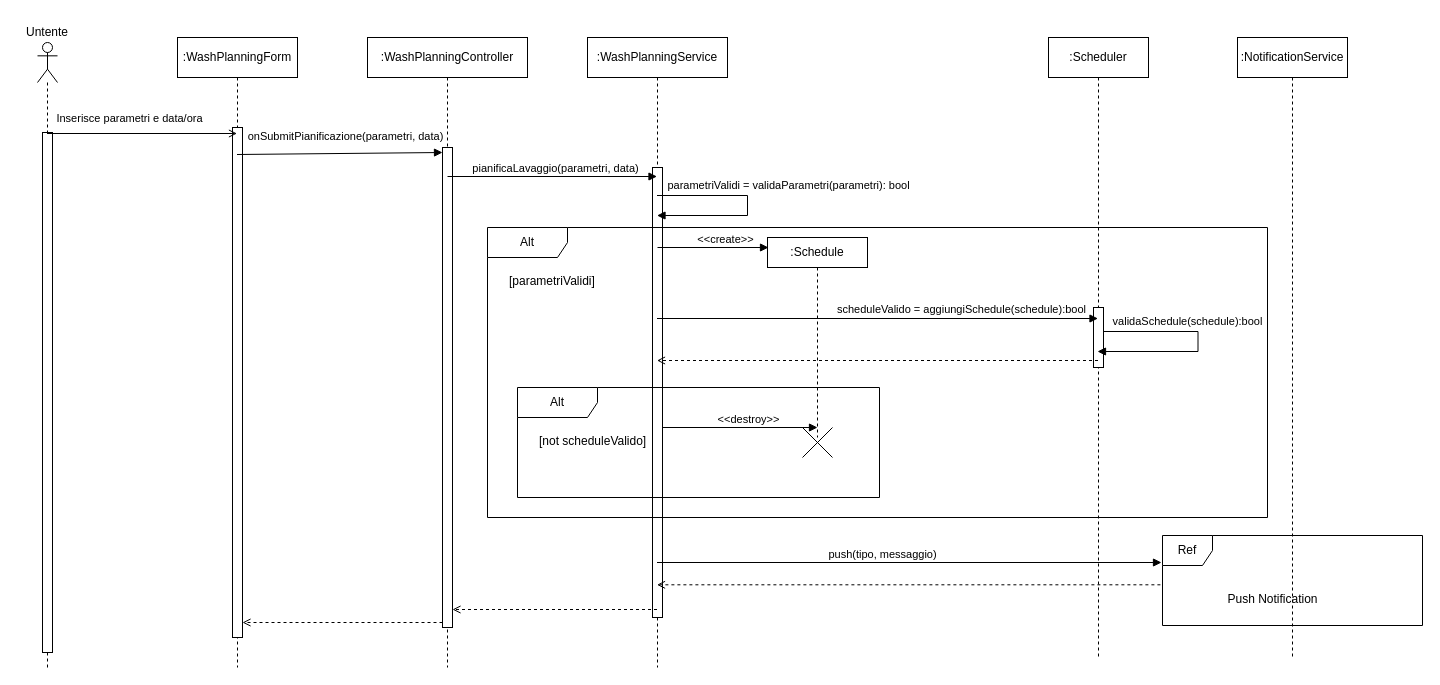
Earlier version of the draw.io diagram content/seq/seqPianifica.drawio (uni-aca100/ing-proj). Source tidied: cells renumbered, new cells numbered last; positions are measured from the earlier drawing's top-left corner, leaving out a move shared by most shapes. Both pictures are drawn from the tidied source at 100%, with x=0, y=0 at pixel (17, 17).
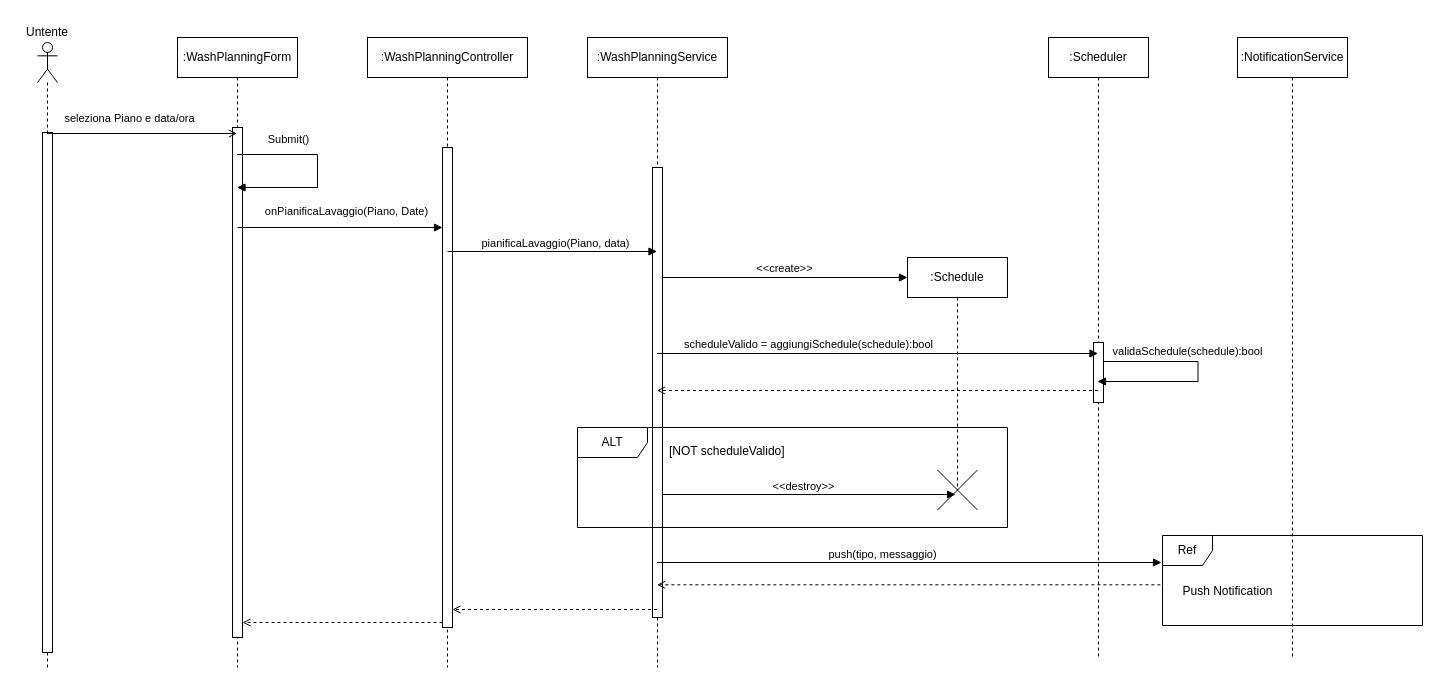
The same page after the edit.

Unchanged cells that the change refers to:
```xml
<mxCell id="4" value=":WashPlanningForm" style="shape=umlLifeline;perimeter=lifelinePerimeter;whiteSpace=wrap;html=1;outlineConnect=0;portConstraint=eastwest;newEdgeStyle={&quot;curved&quot;:0,&quot;rounded&quot;:0};" parent="1" vertex="1">
  <mxGeometry x="160" y="20" width="120" height="630" as="geometry" />
</mxCell>
<mxCell id="7" style="html=1;points=[[0,0,0,0,5],[0,1,0,0,-5],[1,0,0,0,5],[1,1,0,0,-5]];perimeter=orthogonalPerimeter;outlineConnect=0;targetShapes=umlLifeline;portConstraint=eastwest;newEdgeStyle={&quot;curved&quot;:0,&quot;rounded&quot;:0};" parent="6" vertex="1">
  <mxGeometry x="75" y="110" width="10" height="480" as="geometry" />
</mxCell>
<mxCell id="8" value=":WashPlanningService" style="shape=umlLifeline;perimeter=lifelinePerimeter;whiteSpace=wrap;html=1;outlineConnect=0;portConstraint=eastwest;newEdgeStyle={&quot;curved&quot;:0,&quot;rounded&quot;:0};" parent="1" vertex="1">
  <mxGeometry x="570" y="20" width="140" height="630" as="geometry" />
</mxCell>
<mxCell id="9" style="html=1;points=[[0,0,0,0,5],[0,1,0,0,-5],[1,0,0,0,5],[1,1,0,0,-5]];perimeter=orthogonalPerimeter;outlineConnect=0;targetShapes=umlLifeline;portConstraint=eastwest;newEdgeStyle={&quot;curved&quot;:0,&quot;rounded&quot;:0};" parent="8" vertex="1">
  <mxGeometry x="65" y="130" width="10" height="450" as="geometry" />
</mxCell>
<mxCell id="10" value=":Scheduler" style="shape=umlLifeline;perimeter=lifelinePerimeter;whiteSpace=wrap;html=1;outlineConnect=0;portConstraint=eastwest;newEdgeStyle={&quot;curved&quot;:0,&quot;rounded&quot;:0};" parent="1" vertex="1">
  <mxGeometry x="1031" y="20" width="100" height="620" as="geometry" />
</mxCell>
<mxCell id="14" style="html=1;verticalAlign=bottom;labelBackgroundColor=none;endArrow=open;endFill=0;rounded=0;" parent="1" edge="1" target="4">
  <mxGeometry relative="1" as="geometry">
    <mxPoint x="29.5" y="116" as="sourcePoint" />
  </mxGeometry>
</mxCell>
<mxCell id="38" value="Ref" style="shape=umlFrame;whiteSpace=wrap;html=1;width=50;" parent="1" vertex="1">
  <mxGeometry x="1145" y="518" width="260" height="90" as="geometry" />
</mxCell>
```

Change to the diagram source:
```diff
@@
     <mxCell id="11" style="html=1;points=[[0,0,0,0,5],[0,1,0,0,-5],[1,0,0,0,5],[1,1,0,0,-5]];perimeter=orthogonalPerimeter;outlineConnect=0;targetShapes=umlLifeline;portConstraint=eastwest;newEdgeStyle={&quot;curved&quot;:0,&quot;rounded&quot;:0};" parent="10" vertex="1">
-      <mxGeometry x="45" y="270" width="10" height="60" as="geometry" />
+      <mxGeometry x="45" y="305" width="10" height="60" as="geometry" />
     </mxCell>
     <mxCell id="12" style="html=1;verticalAlign=bottom;labelBackgroundColor=none;endArrow=block;endFill=1;rounded=0;" parent="10" edge="1" source="11">
       <mxGeometry relative="1" as="geometry">
-        <mxPoint x="49" y="314" as="targetPoint" />
+        <mxPoint x="49" y="344" as="targetPoint" />
         <Array as="points">
-          <mxPoint x="149.5" y="294" />
-          <mxPoint x="149.5" y="314" />
+          <mxPoint x="149.5" y="324" />
+          <mxPoint x="149.5" y="344" />
         </Array>
       </mxGeometry>
     </mxCell>
@@
-    <mxCell id="15" value="Inserisce parametri e data/ora" style="edgeLabel;html=1;align=center;verticalAlign=middle;" parent="14" vertex="1">
+    <mxCell id="15" value="seleziona Piano e data/ora" style="edgeLabel;html=1;align=center;verticalAlign=middle;" parent="14" vertex="1">
       <mxGeometry x="-0.14" y="-4" relative="1" as="geometry">
         <mxPoint y="-20" as="offset" />
       </mxGeometry>
     </mxCell>
-    <mxCell id="16" style="html=1;verticalAlign=bottom;labelBackgroundColor=none;endArrow=block;endFill=1;rounded=0;entryX=0;entryY=0;entryDx=0;entryDy=5;entryPerimeter=0;" parent="1" edge="1" target="7">
+    <mxCell id="16" style="html=1;verticalAlign=bottom;labelBackgroundColor=none;endArrow=block;endFill=1;rounded=0;" parent="1" edge="1" target="4">
       <mxGeometry relative="1" as="geometry">
         <mxPoint x="219.5" y="137" as="sourcePoint" />
+        <Array as="points">
+          <mxPoint x="300" y="137" />
+          <mxPoint x="300" y="170" />
+        </Array>
       </mxGeometry>
     </mxCell>
-    <mxCell id="17" value="onSubmitPianificazione(parametri, data)" style="edgeLabel;html=1;align=center;verticalAlign=middle;" parent="16" vertex="1">
+    <mxCell id="17" value="Submit()" style="edgeLabel;html=1;align=center;verticalAlign=middle;" parent="16" vertex="1">
       <mxGeometry x="0.04" relative="1" as="geometry">
-        <mxPoint x="1" y="-17" as="offset" />
+        <mxPoint x="-30" y="-36" as="offset" />
       </mxGeometry>
     </mxCell>
-    <mxCell id="18" style="html=1;verticalAlign=bottom;labelBackgroundColor=none;endArrow=block;endFill=1;rounded=0;" parent="1" edge="1" target="8">
+    <mxCell id="18" style="html=1;verticalAlign=bottom;labelBackgroundColor=none;endArrow=block;endFill=1;rounded=0;" parent="1" edge="1">
       <mxGeometry relative="1" as="geometry">
-        <mxPoint x="430" y="159" as="sourcePoint" />
+        <mxPoint x="430" y="234" as="sourcePoint" />
+        <mxPoint x="639.5" y="234" as="targetPoint" />
       </mxGeometry>
     </mxCell>
-    <mxCell id="19" value="pianificaLavaggio(parametri, data)" style="edgeLabel;html=1;align=center;verticalAlign=middle;" parent="18" vertex="1">
+    <mxCell id="19" value="pianificaLavaggio(Piano, data)" style="edgeLabel;html=1;align=center;verticalAlign=middle;" parent="18" vertex="1">
       <mxGeometry x="-0.2" y="-1" relative="1" as="geometry">
         <mxPoint x="23" y="-10" as="offset" />
       </mxGeometry>
     </mxCell>
-    <mxCell id="20" style="html=1;verticalAlign=bottom;labelBackgroundColor=none;endArrow=open;endFill=0;dashed=1;rounded=0;" parent="1" edge="1" source="10">
+    <mxCell id="20" style="html=1;verticalAlign=bottom;labelBackgroundColor=none;endArrow=open;endFill=0;dashed=1;rounded=0;" parent="1" edge="1">
       <mxGeometry relative="1" as="geometry">
-        <mxPoint x="639.5" y="343" as="targetPoint" />
+        <mxPoint x="1080.5" y="373" as="sourcePoint" />
+        <mxPoint x="639.5" y="373" as="targetPoint" />
       </mxGeometry>
     </mxCell>
-    <mxCell id="21" style="html=1;verticalAlign=bottom;labelBackgroundColor=none;endArrow=block;endFill=1;rounded=0;" parent="1" edge="1" target="10">
+    <mxCell id="21" style="html=1;verticalAlign=bottom;labelBackgroundColor=none;endArrow=block;endFill=1;rounded=0;" parent="1" edge="1">
       <mxGeometry relative="1" as="geometry">
-        <mxPoint x="639.5" y="301" as="sourcePoint" />
+        <mxPoint x="639.5" y="336" as="sourcePoint" />
+        <mxPoint x="1080.5" y="336" as="targetPoint" />
       </mxGeometry>
     </mxCell>
     <mxCell id="22" value="scheduleValido = aggiungiSchedule(schedule):bool" style="edgeLabel;html=1;align=center;verticalAlign=middle;" parent="21" vertex="1">
       <mxGeometry x="-0.21" relative="1" as="geometry">
-        <mxPoint x="130" y="-10" as="offset" />
+        <mxPoint x="-23" y="-10" as="offset" />
       </mxGeometry>
     </mxCell>
@@
-    <mxCell id="25" style="html=1;verticalAlign=bottom;labelBackgroundColor=none;endArrow=block;endFill=1;rounded=0;" parent="1" edge="1">
-      <mxGeometry relative="1" as="geometry">
-        <mxPoint x="639.5" y="178" as="sourcePoint" />
-        <mxPoint x="639.5" y="198" as="targetPoint" />
-        <Array as="points">
-          <mxPoint x="730" y="178" />
-          <mxPoint x="730" y="198" />
-        </Array>
-      </mxGeometry>
-    </mxCell>
-    <mxCell id="26" value="parametriValidi = validaParametri(parametri): bool" style="edgeLabel;html=1;align=center;verticalAlign=middle;" parent="25" vertex="1">
-      <mxGeometry x="-0.47" y="1" relative="1" as="geometry">
-        <mxPoint x="78" y="-10" as="offset" />
-      </mxGeometry>
-    </mxCell>
-    <mxCell id="27" style="html=1;verticalAlign=bottom;labelBackgroundColor=none;endArrow=block;endFill=1;rounded=0;" parent="1" edge="1">
-      <mxGeometry relative="1" as="geometry">
-        <mxPoint x="640" y="230" as="sourcePoint" />
-        <mxPoint x="751" y="230" as="targetPoint" />
-      </mxGeometry>
+    <mxCell id="27" style="html=1;verticalAlign=bottom;labelBackgroundColor=none;endArrow=block;endFill=1;rounded=0;entryX=0;entryY=0.086;entryDx=0;entryDy=0;entryPerimeter=0;" parent="1" edge="1" source="9" target="32">
+      <mxGeometry relative="1" as="geometry" />
     </mxCell>
@@
-    <mxCell id="30" value="Alt" style="shape=umlFrame;whiteSpace=wrap;html=1;width=80;height=30;" parent="1" vertex="1">
-      <mxGeometry x="470" y="210" width="780" height="290" as="geometry" />
-    </mxCell>
-    <mxCell id="31" value="[parametriValidi]" style="text;html=1;" parent="30" vertex="1">
-      <mxGeometry width="100" height="20" relative="1" as="geometry">
-        <mxPoint x="20" y="40" as="offset" />
-      </mxGeometry>
-    </mxCell>
-    <mxCell id="32" value=":Schedule" style="shape=umlLifeline;perimeter=lifelinePerimeter;whiteSpace=wrap;html=1;outlineConnect=0;portConstraint=eastwest;newEdgeStyle={&quot;curved&quot;:0,&quot;rounded&quot;:0};size=30;" parent="30" vertex="1">
-      <mxGeometry x="280" y="10" width="100" height="200" as="geometry" />
-    </mxCell>
-    <mxCell id="33" value="Alt" style="shape=umlFrame;whiteSpace=wrap;html=1;width=80;height=30;" parent="30" vertex="1">
-      <mxGeometry x="30" y="160" width="362" height="110" as="geometry" />
-    </mxCell>
-    <mxCell id="34" value="[not&amp;nbsp;scheduleValido]" style="text;html=1;" parent="33" vertex="1">
-      <mxGeometry width="100" height="20" relative="1" as="geometry">
-        <mxPoint x="20" y="40" as="offset" />
-      </mxGeometry>
-    </mxCell>
-    <mxCell id="35" style="shape=umlDestroy;html=1;" parent="33" vertex="1">
-      <mxGeometry x="285" y="40" width="30" height="30" as="geometry" />
-    </mxCell>
-    <mxCell id="36" style="html=1;verticalAlign=bottom;labelBackgroundColor=none;endArrow=block;endFill=1;rounded=0;" parent="1" edge="1">
-      <mxGeometry relative="1" as="geometry">
-        <mxPoint x="645" y="410" as="sourcePoint" />
-        <mxPoint x="800" y="410" as="targetPoint" />
-      </mxGeometry>
+    <mxCell id="36" style="html=1;verticalAlign=bottom;labelBackgroundColor=none;endArrow=block;endFill=1;rounded=0;entryX=0.45;entryY=0.613;entryDx=0;entryDy=0;entryPerimeter=0;" parent="1" edge="1" source="9" target="46">
+      <mxGeometry relative="1" as="geometry" />
     </mxCell>
@@
     <mxCell id="39" value="Push Notification" style="text;align=center;html=1;" parent="38" vertex="1">
       <mxGeometry width="100" height="20" relative="1" as="geometry">
-        <mxPoint x="60" y="50" as="offset" />
+        <mxPoint x="15" y="42" as="offset" />
       </mxGeometry>
     </mxCell>
@@
+    <mxCell id="44" style="html=1;verticalAlign=bottom;labelBackgroundColor=none;endArrow=block;endFill=1;rounded=0;" parent="1" edge="1">
+      <mxGeometry relative="1" as="geometry">
+        <mxPoint x="220" y="210" as="sourcePoint" />
+        <mxPoint x="425" y="210" as="targetPoint" />
+      </mxGeometry>
+    </mxCell>
+    <mxCell id="45" value="onPianificaLavaggio(Piano, Date)" style="edgeLabel;html=1;align=center;verticalAlign=middle;" parent="44" vertex="1">
+      <mxGeometry x="0.04" relative="1" as="geometry">
+        <mxPoint x="1" y="-17" as="offset" />
+      </mxGeometry>
+    </mxCell>
+    <mxCell id="32" value=":Schedule" style="shape=umlLifeline;perimeter=lifelinePerimeter;whiteSpace=wrap;html=1;outlineConnect=0;portConstraint=eastwest;newEdgeStyle={&quot;edgeStyle&quot;:&quot;elbowEdgeStyle&quot;,&quot;elbow&quot;:&quot;vertical&quot;,&quot;curved&quot;:0,&quot;rounded&quot;:0};" parent="1" vertex="1">
+      <mxGeometry x="890" y="240" width="100" height="232.5" as="geometry" />
+    </mxCell>
+    <mxCell id="46" style="shape=umlDestroy;dashed=0;targetShapes=umlLifeline;" parent="32" vertex="1">
+      <mxGeometry x="30" y="212.5" width="40" height="40" as="geometry" />
+    </mxCell>
+    <mxCell id="47" value="ALT" style="shape=umlFrame;whiteSpace=wrap;html=1;width=70;height=30;" parent="1" vertex="1">
+      <mxGeometry x="560" y="410" width="430" height="100" as="geometry" />
+    </mxCell>
+    <mxCell id="48" value="[NOT scheduleValido]" style="text;html=1;" parent="47" vertex="1">
+      <mxGeometry width="100" height="20" relative="1" as="geometry">
+        <mxPoint x="90" y="10" as="offset" />
+      </mxGeometry>
+    </mxCell>
```
